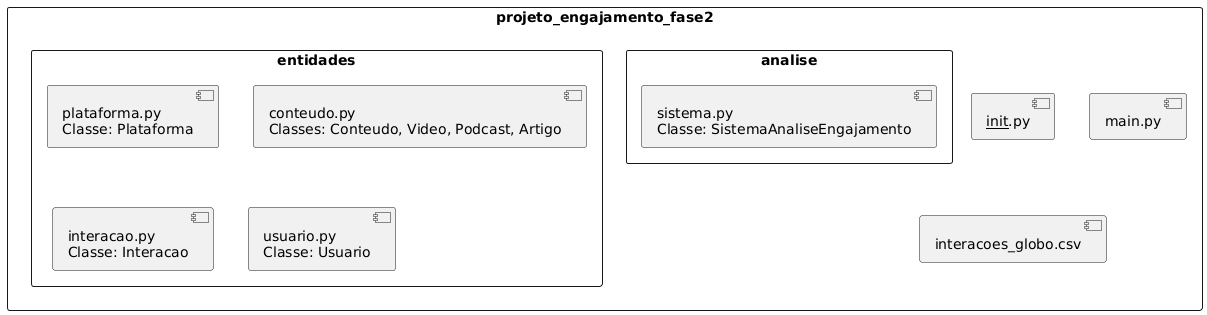
The PlantUML diagram img/diagrama_de_modulos.png in EdOliveiraJr/projeto_engajamento_fase_2, before a commit. The source it was exported from:
```plantuml
@startuml
skinparam packageStyle rect

package "projeto_engajamento_fase2" {
  [__init__.py]
  [main.py]
  [interacoes_globo.csv]

  package entidades {
    [__init__.py]
    [plataforma.py\nClasse: Plataforma]
    [conteudo.py\nClasses: Conteudo, Video, Podcast, Artigo]
    [interacao.py\nClasse: Interacao]
    [usuario.py\nClasse: Usuario]
  }

  package analise {
    [__init__.py]
    [sistema.py\nClasse: SistemaAnaliseEngajamento]
  }
}
@enduml
```
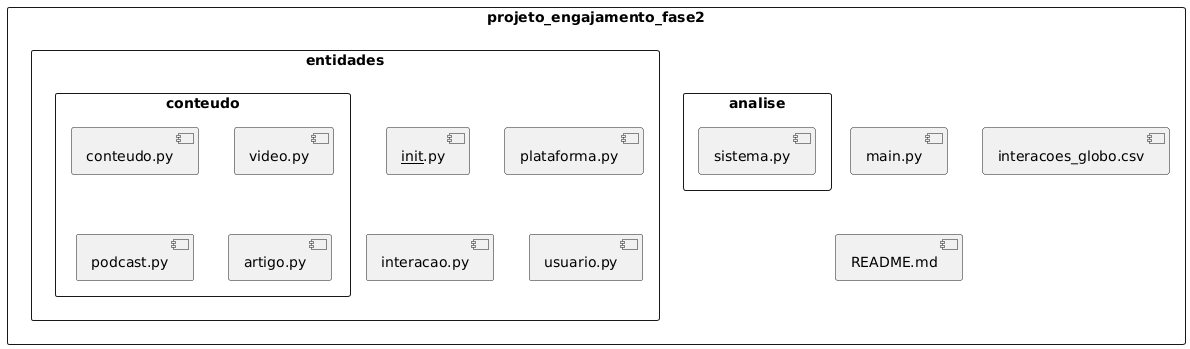
The same file after the commit.

Commit message:
docs: atualiza README.md para refletir a estrutura de diretórios e corrigir formatação

The edit, as a diff of the source:
```diff
@@ -2,21 +2,28 @@
 skinparam packageStyle rect
 
 package "projeto_engajamento_fase2" {
-  [__init__.py]
+
   [main.py]
   [interacoes_globo.csv]
+  [README.md]
 
   package entidades {
     [__init__.py]
-    [plataforma.py\nClasse: Plataforma]
-    [conteudo.py\nClasses: Conteudo, Video, Podcast, Artigo]
-    [interacao.py\nClasse: Interacao]
-    [usuario.py\nClasse: Usuario]
+    [plataforma.py]
+    [interacao.py]
+    [usuario.py]
+
+    package conteudo {
+      [conteudo.py]
+      [video.py]
+      [podcast.py]
+      [artigo.py]
+    }
   }
 
   package analise {
     [__init__.py]
-    [sistema.py\nClasse: SistemaAnaliseEngajamento]
+    [sistema.py]
   }
 }
 @enduml
```
